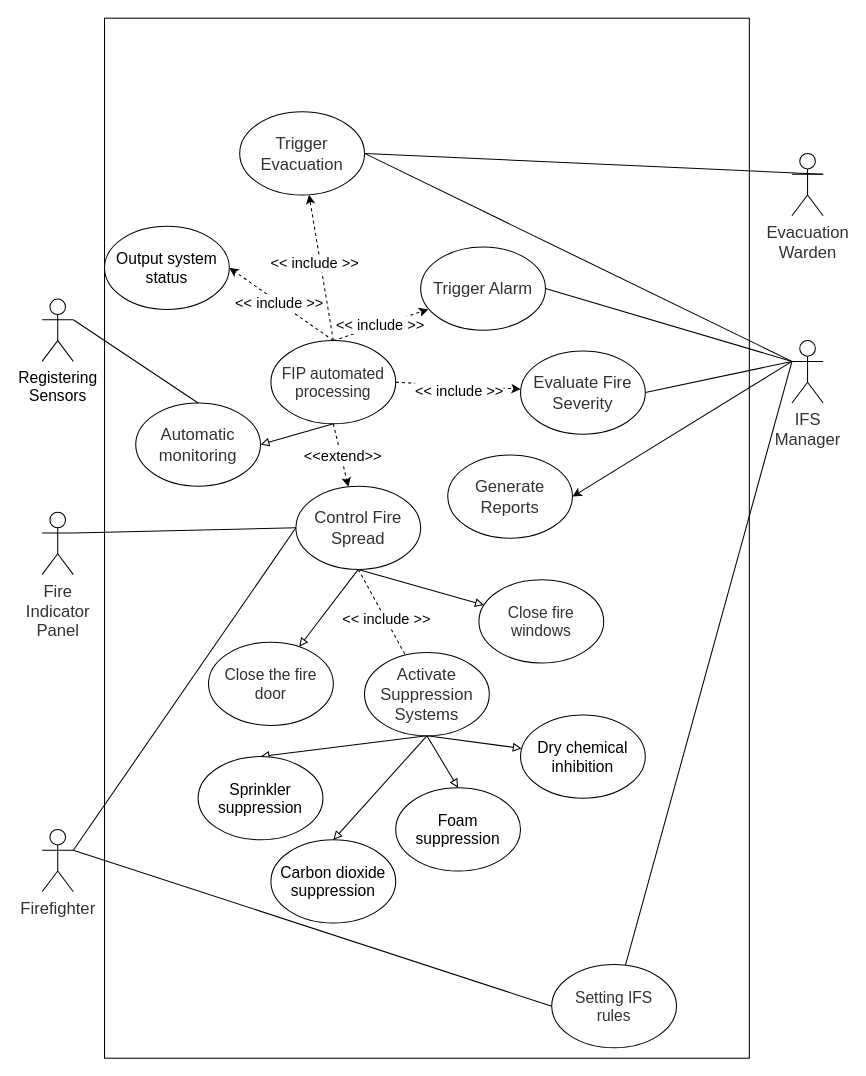
demosRun/INFO6030 keeps this draw.io diagram as FIP.drawio. Above is the earlier version. Source tidied: cells renumbered, new cells numbered last; positions are measured from the earlier drawing's top-left corner, leaving out a move shared by most shapes. Both pictures are drawn from the tidied source at 104%, with x=0, y=0 at pixel (42, 18).
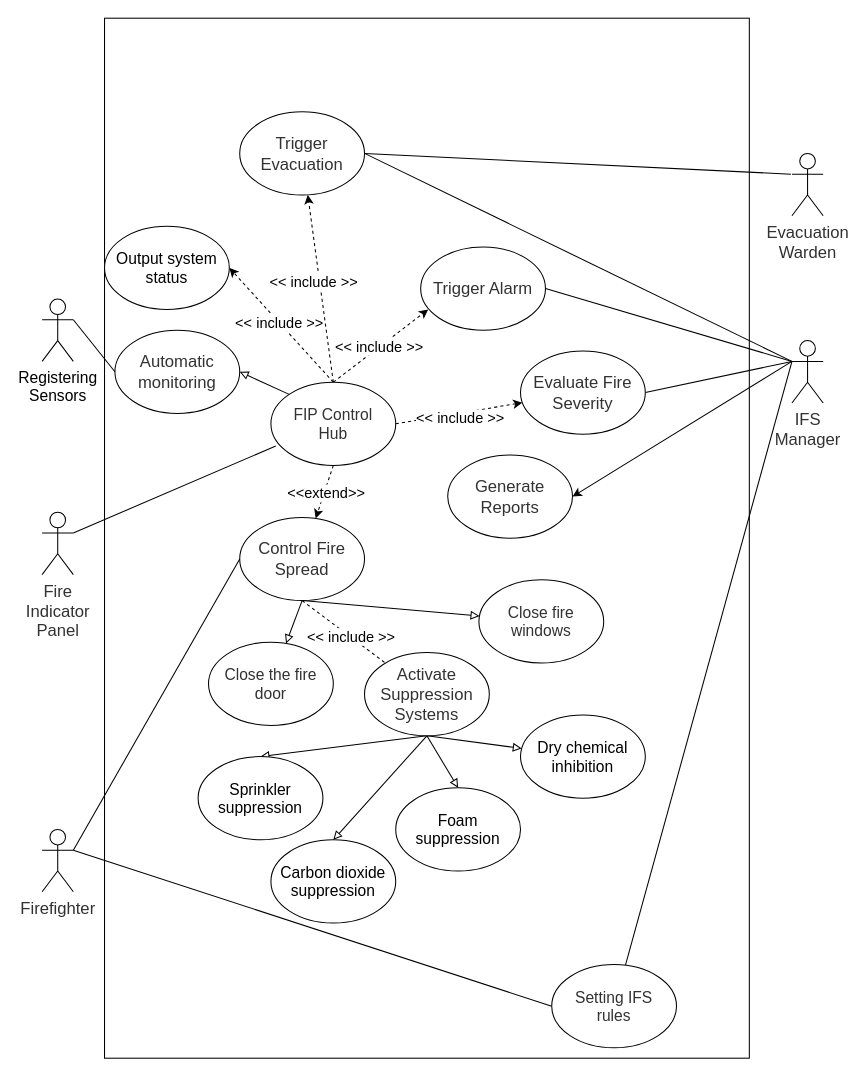
After the change.

Unchanged cells that the change refers to:
```xml
<mxCell id="4" value="&lt;span style=&quot;color: rgb(50, 50, 50); font-family: &amp;quot;Microsoft YaHei&amp;quot;, 微软雅黑, Arial; font-size: 16px; text-wrap: wrap; background-color: rgba(255, 255, 255, 0.01);&quot;&gt;Evacuation&lt;/span&gt;&lt;div&gt;&lt;span style=&quot;color: rgb(50, 50, 50); font-family: &amp;quot;Microsoft YaHei&amp;quot;, 微软雅黑, Arial; font-size: 16px; text-wrap: wrap; background-color: rgba(255, 255, 255, 0.01);&quot;&gt;Warden&lt;/span&gt;&lt;/div&gt;" style="shape=umlActor;verticalLabelPosition=bottom;verticalAlign=top;html=1;outlineConnect=0;" parent="1" vertex="1">
  <mxGeometry x="721" y="130" width="30" height="60" as="geometry" />
</mxCell>
<mxCell id="14" value="&lt;font face=&quot;Microsoft YaHei, 微软雅黑, Arial&quot; color=&quot;#323232&quot;&gt;&lt;span style=&quot;font-size: 16px; text-wrap: wrap;&quot;&gt;Fire Indicator&lt;/span&gt;&lt;/font&gt;&lt;div&gt;&lt;font face=&quot;Microsoft YaHei, 微软雅黑, Arial&quot; color=&quot;#323232&quot;&gt;&lt;span style=&quot;font-size: 16px; text-wrap: wrap;&quot;&gt;Panel&lt;/span&gt;&lt;/font&gt;&lt;br&gt;&lt;/div&gt;" style="shape=umlActor;verticalLabelPosition=bottom;verticalAlign=top;html=1;outlineConnect=0;" parent="1" vertex="1">
  <mxGeometry y="475" width="30" height="60" as="geometry" />
</mxCell>
<mxCell id="15" value="&lt;span style=&quot;color: rgb(50, 50, 50); font-family: &amp;quot;Microsoft YaHei&amp;quot;, 微软雅黑, Arial; font-size: 16px; background-color: rgba(255, 255, 255, 0.01);&quot;&gt;Trigger Evacuation&lt;/span&gt;" style="ellipse;whiteSpace=wrap;html=1;" parent="1" vertex="1">
  <mxGeometry x="190" y="90" width="120" height="80" as="geometry" />
</mxCell>
<mxCell id="52" value="&lt;font style=&quot;font-size: 15px;&quot;&gt;Registering&lt;/font&gt;&lt;div&gt;&lt;font style=&quot;font-size: 15px;&quot;&gt;Sensors&lt;/font&gt;&lt;/div&gt;" style="shape=umlActor;verticalLabelPosition=bottom;verticalAlign=top;html=1;outlineConnect=0;" parent="1" vertex="1">
  <mxGeometry y="270" width="30" height="60" as="geometry" />
</mxCell>
```

Change to the diagram source:
```diff
@@
-    <mxCell id="3" style="rounded=0;jettySize=auto;html=1;exitX=1;exitY=0.3333333333333333;exitDx=0;exitDy=0;exitPerimeter=0;entryX=1;entryY=0.5;entryDx=0;entryDy=0;strokeColor=default;endArrow=none;endFill=0;" parent="1" edge="1" source="4" target="15">
-      <mxGeometry relative="1" as="geometry" />
+    <mxCell id="3" style="rounded=0;jettySize=auto;html=1;entryX=1;entryY=0.5;entryDx=0;entryDy=0;strokeColor=default;endArrow=none;endFill=0;" parent="1" edge="1" target="15">
+      <mxGeometry relative="1" as="geometry">
+        <mxPoint x="720" y="150" as="sourcePoint" />
+      </mxGeometry>
     </mxCell>
@@
-    <mxCell id="13" style="rounded=0;jettySize=auto;html=1;exitX=1;exitY=0.3333333333333333;exitDx=0;exitDy=0;exitPerimeter=0;entryX=0;entryY=0.5;entryDx=0;entryDy=0;endArrow=none;endFill=0;" parent="1" edge="1" source="14" target="33">
-      <mxGeometry relative="1" as="geometry" />
-    </mxCell>
@@
-    <mxCell id="27" value="&lt;span style=&quot;color: rgb(50, 50, 50); font-family: &amp;quot;Microsoft YaHei&amp;quot;, 微软雅黑, Arial; font-size: 15px; background-color: rgba(255, 255, 255, 0.01);&quot;&gt;FIP automated processing&lt;/span&gt;" style="ellipse;whiteSpace=wrap;html=1;" parent="1" vertex="1">
-      <mxGeometry x="220" y="310" width="120" height="80" as="geometry" />
+    <mxCell id="27" value="&lt;font face=&quot;Microsoft YaHei, 微软雅黑, Arial&quot; color=&quot;#323232&quot;&gt;&lt;span style=&quot;font-size: 15px;&quot;&gt;FIP Control&lt;/span&gt;&lt;/font&gt;&lt;div&gt;&lt;font face=&quot;Microsoft YaHei, 微软雅黑, Arial&quot; color=&quot;#323232&quot;&gt;&lt;span style=&quot;font-size: 15px;&quot;&gt;Hub&lt;/span&gt;&lt;/font&gt;&lt;br&gt;&lt;/div&gt;" style="ellipse;whiteSpace=wrap;html=1;" parent="1" vertex="1">
+      <mxGeometry x="220" y="350" width="120" height="80" as="geometry" />
     </mxCell>
@@
     <mxCell id="33" value="&lt;span style=&quot;color: rgb(50, 50, 50); font-family: &amp;quot;Microsoft YaHei&amp;quot;, 微软雅黑, Arial; font-size: 16px; background-color: rgba(255, 255, 255, 0.01);&quot;&gt;Control Fire Spread&lt;/span&gt;" style="ellipse;whiteSpace=wrap;html=1;" parent="1" vertex="1">
-      <mxGeometry x="244" y="450" width="120" height="80" as="geometry" />
+      <mxGeometry x="190" y="480" width="120" height="80" as="geometry" />
     </mxCell>
     <mxCell id="34" value="&lt;font face=&quot;Microsoft YaHei, 微软雅黑, Arial&quot; color=&quot;#323232&quot;&gt;&lt;span style=&quot;font-size: 16px;&quot;&gt;Automatic monitoring&lt;/span&gt;&lt;/font&gt;" style="ellipse;whiteSpace=wrap;html=1;" parent="1" vertex="1">
-      <mxGeometry x="90" y="370" width="120" height="80" as="geometry" />
+      <mxGeometry x="70" y="300" width="120" height="80" as="geometry" />
     </mxCell>
@@
-    <mxCell id="43" style="rounded=0;jettySize=auto;html=1;exitX=0.5;exitY=1;exitDx=0;exitDy=0;entryX=1;entryY=0.5;entryDx=0;entryDy=0;endArrow=block;endFill=0;" parent="1" edge="1" source="27" target="34">
+    <mxCell id="43" style="rounded=0;jettySize=auto;html=1;entryX=1;entryY=0.5;entryDx=0;entryDy=0;endArrow=block;endFill=0;exitX=0;exitY=0;exitDx=0;exitDy=0;" parent="1" edge="1" source="27" target="34">
       <mxGeometry relative="1" as="geometry" />
     </mxCell>
@@
-    <mxCell id="51" style="rounded=0;jettySize=auto;html=1;exitX=1;exitY=0.3333333333333333;exitDx=0;exitDy=0;exitPerimeter=0;endArrow=none;endFill=0;entryX=0.5;entryY=0;entryDx=0;entryDy=0;" parent="1" edge="1" source="52" target="34">
+    <mxCell id="51" style="rounded=0;jettySize=auto;html=1;exitX=1;exitY=0.3333333333333333;exitDx=0;exitDy=0;exitPerimeter=0;endArrow=none;endFill=0;entryX=0;entryY=0.5;entryDx=0;entryDy=0;" parent="1" edge="1" source="52" target="34">
       <mxGeometry relative="1" as="geometry" />
     </mxCell>
@@
+    <mxCell id="53" style="rounded=0;jettySize=auto;html=1;exitX=1;exitY=0.3333333333333333;exitDx=0;exitDy=0;exitPerimeter=0;entryX=0.039;entryY=0.767;entryDx=0;entryDy=0;entryPerimeter=0;endArrow=none;endFill=0;" parent="1" edge="1" source="14" target="27">
+      <mxGeometry relative="1" as="geometry" />
+    </mxCell>
```
